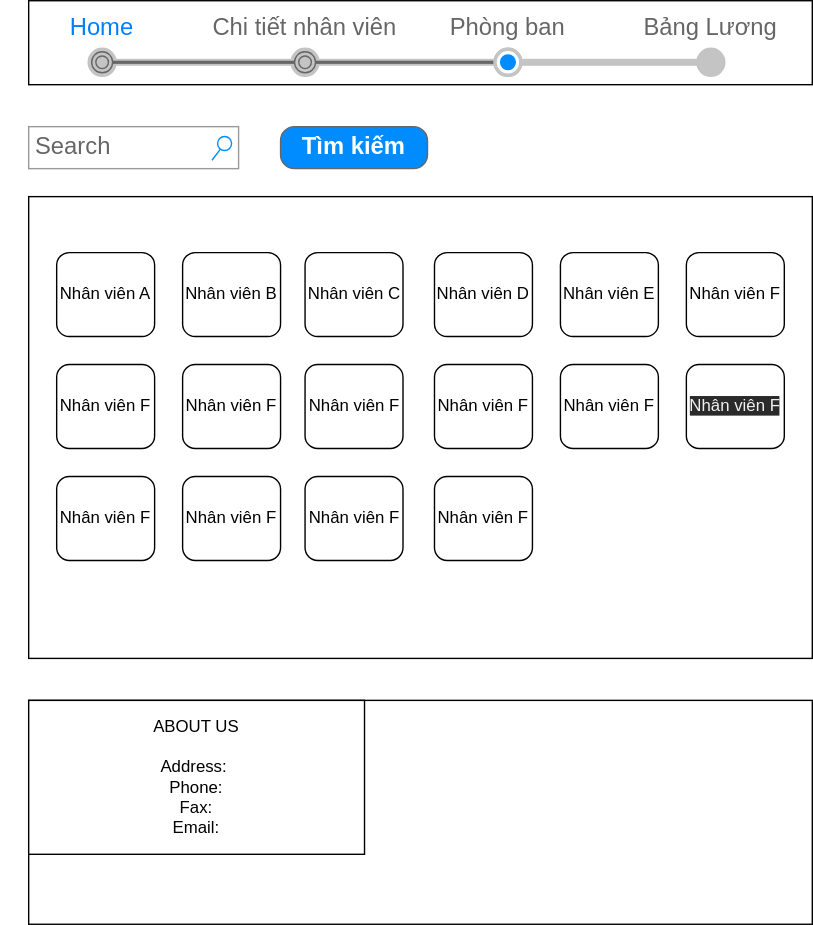
Earlier version of the draw.io export Report/Home.svg (minhngoc/FunixReacJSAsm). Source tidied: cells renumbered, new cells last; positions are measured from the earlier drawing's top-left corner, leaving out a move shared by most shapes.
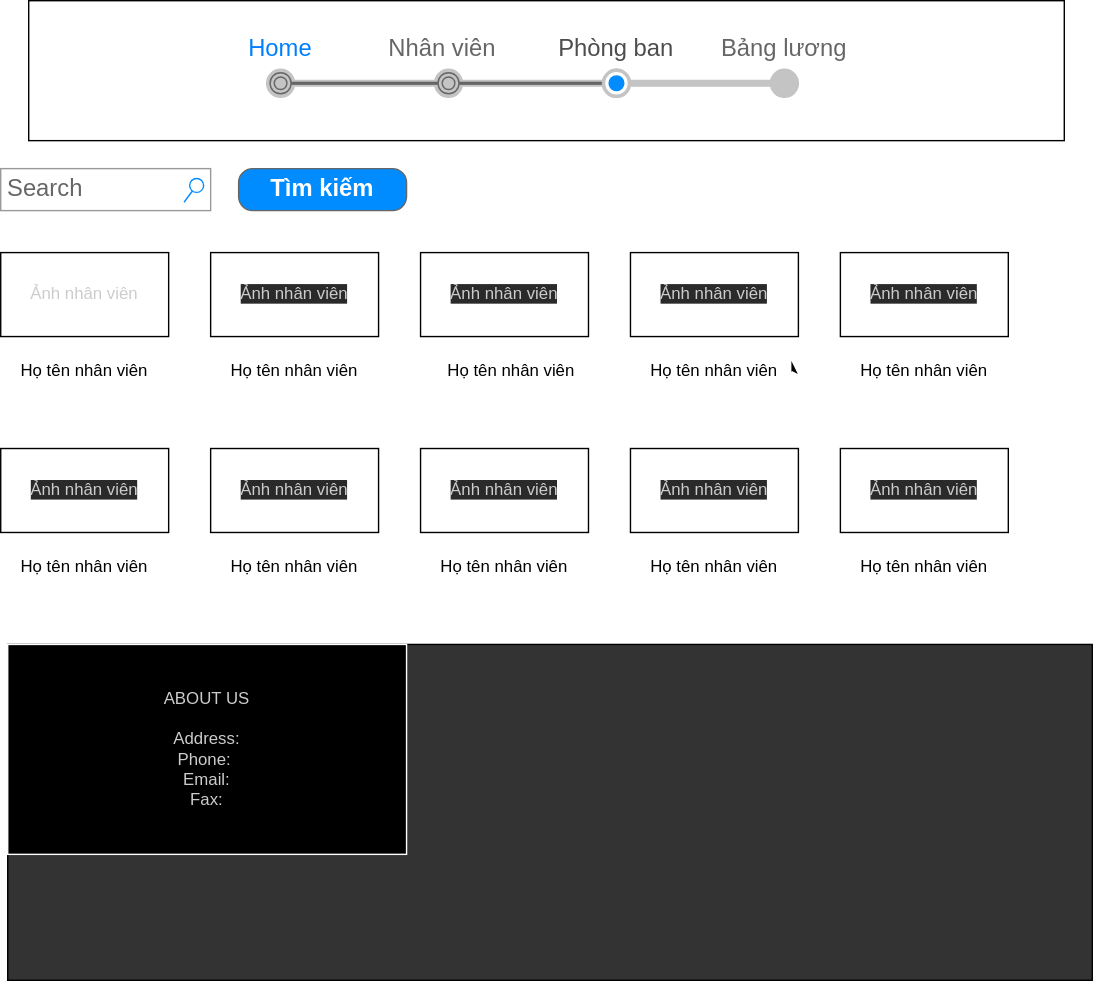
After the change.

Diff of the diagram source:
```diff
@@ -3,73 +3,88 @@
     <mxCell id="0" />
     <mxCell id="1" parent="0" />
     <mxCell id="2" style="rounded=0;whiteSpace=wrap;html=1;" parent="1" vertex="1">
-      <mxGeometry x="20" width="560" height="60" as="geometry" />
+      <mxGeometry x="40" y="10" width="740" height="100" as="geometry" />
     </mxCell>
+    <mxCell id="25" value="&lt;table border=&quot;0&quot; cellpadding=&quot;0&quot; cellspacing=&quot;0&quot; width=&quot;100%&quot; style=&quot;font-size: 1em&quot;&gt;&lt;tbody&gt;&lt;tr&gt;&lt;td width=&quot;25%&quot;&gt;&lt;font color=&quot;#007fff&quot;&gt;Home&lt;/font&gt;&lt;/td&gt;&lt;td width=&quot;25%&quot;&gt;&amp;nbsp; &amp;nbsp;Nhân viên&lt;span style=&quot;white-space: pre&quot;&gt;&#9;&lt;/span&gt;&lt;/td&gt;&lt;td width=&quot;25%&quot;&gt;&lt;font color=&quot;#4d4d4d&quot;&gt;Phòng ban&lt;/font&gt;&lt;/td&gt;&lt;td width=&quot;25%&quot;&gt;Bảng lương&lt;/td&gt;&lt;/tr&gt;&lt;/tbody&gt;&lt;/table&gt;" style="strokeWidth=1;shadow=0;dashed=0;align=center;html=1;shape=mxgraph.mockup.navigation.stepBar;strokeColor=#c4c4c4;textColor=#666666;textColor2=#008cff;mainText=,,+,;textSize=17;fillColor=#666666;overflow=fill;fontSize=17;fontColor=#666666;" parent="1" vertex="1">
+      <mxGeometry x="160" y="35" width="480" height="50" as="geometry" />
+    </mxCell>
+    <mxCell id="26" value="Search" style="strokeWidth=1;shadow=0;dashed=0;align=center;html=1;shape=mxgraph.mockup.forms.searchBox;strokeColor=#999999;mainText=;strokeColor2=#008cff;fontColor=#666666;fontSize=17;align=left;spacingLeft=3;" parent="1" vertex="1">
+      <mxGeometry x="20" y="130" width="150" height="30" as="geometry" />
+    </mxCell>
+    <mxCell id="27" value="Tìm kiếm" style="strokeWidth=1;shadow=0;dashed=0;align=center;html=1;shape=mxgraph.mockup.buttons.button;strokeColor=#666666;fontColor=#ffffff;mainText=;buttonStyle=round;fontSize=17;fontStyle=1;fillColor=#008cff;whiteSpace=wrap;" parent="1" vertex="1">
+      <mxGeometry x="190" y="130" width="120" height="30" as="geometry" />
+    </mxCell>
-    <mxCell id="3" value="Tìm kiếm" style="strokeWidth=1;shadow=0;dashed=0;align=center;html=1;shape=mxgraph.mockup.buttons.button;strokeColor=#666666;fontColor=#ffffff;mainText=;buttonStyle=round;fontSize=17;fontStyle=1;fillColor=#008cff;whiteSpace=wrap;" parent="1" vertex="1">
-      <mxGeometry x="200" y="90" width="105" height="30" as="geometry" />
+    <mxCell id="3" value="&#10;&#10;&lt;span style=&quot;color: rgb(204, 204, 204); font-family: helvetica; font-size: 12px; font-style: normal; font-weight: 400; letter-spacing: normal; text-align: center; text-indent: 0px; text-transform: none; word-spacing: 0px; background-color: rgb(42, 42, 42); display: inline; float: none;&quot;&gt;Ảnh nhân viên&lt;/span&gt;&#10;&#10;" style="rounded=0;whiteSpace=wrap;html=1;fontColor=#4D4D4D;" parent="1" vertex="1">
+      <mxGeometry x="320" y="190" width="120" height="60" as="geometry" />
     </mxCell>
+    <mxCell id="28" value="&#10;&#10;&lt;span style=&quot;color: rgb(204, 204, 204); font-family: helvetica; font-size: 12px; font-style: normal; font-weight: 400; letter-spacing: normal; text-align: center; text-indent: 0px; text-transform: none; word-spacing: 0px; background-color: rgb(42, 42, 42); display: inline; float: none;&quot;&gt;Ảnh nhân viên&lt;/span&gt;&#10;&#10;" style="rounded=0;whiteSpace=wrap;html=1;fontColor=#4D4D4D;" parent="1" vertex="1">
+      <mxGeometry x="620" y="190" width="120" height="60" as="geometry" />
+    </mxCell>
-    <mxCell id="4" value="Search" style="strokeWidth=1;shadow=0;dashed=0;align=center;html=1;shape=mxgraph.mockup.forms.searchBox;strokeColor=#999999;mainText=;strokeColor2=#008cff;fontColor=#666666;fontSize=17;align=left;spacingLeft=3;" parent="1" vertex="1">
-      <mxGeometry x="20" y="90" width="150" height="30" as="geometry" />
+    <mxCell id="4" value="&#10;&#10;&lt;span style=&quot;color: rgb(204, 204, 204); font-family: helvetica; font-size: 12px; font-style: normal; font-weight: 400; letter-spacing: normal; text-align: center; text-indent: 0px; text-transform: none; word-spacing: 0px; background-color: rgb(42, 42, 42); display: inline; float: none;&quot;&gt;Ảnh nhân viên&lt;/span&gt;&#10;&#10;" style="rounded=0;whiteSpace=wrap;html=1;fontColor=#4D4D4D;direction=west;" parent="1" vertex="1">
+      <mxGeometry x="470" y="190" width="120" height="60" as="geometry" />
     </mxCell>
-    <mxCell id="5" style="rounded=0;whiteSpace=wrap;html=1;" parent="1" vertex="1">
-      <mxGeometry x="20" y="140" width="560" height="330" as="geometry" />
+    <mxCell id="5" value="&#10;&#10;&lt;span style=&quot;color: rgb(204, 204, 204); font-family: helvetica; font-size: 12px; font-style: normal; font-weight: 400; letter-spacing: normal; text-align: center; text-indent: 0px; text-transform: none; word-spacing: 0px; background-color: rgb(42, 42, 42); display: inline; float: none;&quot;&gt;Ảnh nhân viên&lt;/span&gt;&#10;&#10;" style="rounded=0;whiteSpace=wrap;html=1;fontColor=#4D4D4D;" parent="1" vertex="1">
+      <mxGeometry x="470" y="330" width="120" height="60" as="geometry" />
     </mxCell>
-    <mxCell id="6" value="Nhân viên A" style="rounded=1;whiteSpace=wrap;html=1;" parent="1" vertex="1">
-      <mxGeometry x="40" y="180" width="70" height="60" as="geometry" />
+    <mxCell id="6" value="&#10;&#10;&lt;span style=&quot;color: rgb(204, 204, 204); font-family: helvetica; font-size: 12px; font-style: normal; font-weight: 400; letter-spacing: normal; text-align: center; text-indent: 0px; text-transform: none; word-spacing: 0px; background-color: rgb(42, 42, 42); display: inline; float: none;&quot;&gt;Ảnh nhân viên&lt;/span&gt;&#10;&#10;" style="rounded=0;whiteSpace=wrap;html=1;fontColor=#4D4D4D;" parent="1" vertex="1">
+      <mxGeometry x="320" y="330" width="120" height="60" as="geometry" />
     </mxCell>
-    <mxCell id="7" value="&lt;span&gt;Nhân viên B&lt;/span&gt;" style="rounded=1;whiteSpace=wrap;html=1;" parent="1" vertex="1">
-      <mxGeometry x="130" y="180" width="70" height="60" as="geometry" />
+    <mxCell id="7" value="&#10;&#10;&lt;span style=&quot;color: rgb(204, 204, 204); font-family: helvetica; font-size: 12px; font-style: normal; font-weight: 400; letter-spacing: normal; text-align: center; text-indent: 0px; text-transform: none; word-spacing: 0px; background-color: rgb(42, 42, 42); display: inline; float: none;&quot;&gt;Ảnh nhân viên&lt;/span&gt;&#10;&#10;" style="rounded=0;whiteSpace=wrap;html=1;fontColor=#4D4D4D;" parent="1" vertex="1">
+      <mxGeometry x="170" y="330" width="120" height="60" as="geometry" />
     </mxCell>
-    <mxCell id="8" value="&lt;span&gt;Nhân viên C&lt;/span&gt;" style="rounded=1;whiteSpace=wrap;html=1;" parent="1" vertex="1">
-      <mxGeometry x="217.5" y="180" width="70" height="60" as="geometry" />
+    <mxCell id="8" value="&#10;&#10;&lt;span style=&quot;color: rgb(204, 204, 204); font-family: helvetica; font-size: 12px; font-style: normal; font-weight: 400; letter-spacing: normal; text-align: center; text-indent: 0px; text-transform: none; word-spacing: 0px; background-color: rgb(42, 42, 42); display: inline; float: none;&quot;&gt;Ảnh nhân viên&lt;/span&gt;&#10;&#10;" style="rounded=0;whiteSpace=wrap;html=1;fontColor=#4D4D4D;" parent="1" vertex="1">
+      <mxGeometry x="170" y="190" width="120" height="60" as="geometry" />
     </mxCell>
-    <mxCell id="9" value="&lt;span&gt;Nhân viên D&lt;/span&gt;" style="rounded=1;whiteSpace=wrap;html=1;" parent="1" vertex="1">
-      <mxGeometry x="310" y="180" width="70" height="60" as="geometry" />
+    <mxCell id="9" value="&#10;&#10;&lt;span style=&quot;color: rgb(204, 204, 204); font-family: helvetica; font-size: 12px; font-style: normal; font-weight: 400; letter-spacing: normal; text-align: center; text-indent: 0px; text-transform: none; word-spacing: 0px; background-color: rgb(42, 42, 42); display: inline; float: none;&quot;&gt;Ảnh nhân viên&lt;/span&gt;&#10;&#10;" style="rounded=0;whiteSpace=wrap;html=1;fontColor=#4D4D4D;" parent="1" vertex="1">
+      <mxGeometry x="20" y="330" width="120" height="60" as="geometry" />
     </mxCell>
-    <mxCell id="10" value="&lt;span&gt;Nhân viên E&lt;/span&gt;" style="rounded=1;whiteSpace=wrap;html=1;" parent="1" vertex="1">
-      <mxGeometry x="400" y="180" width="70" height="60" as="geometry" />
+    <mxCell id="10" value="&lt;font color=&quot;#cccccc&quot;&gt;Ảnh nhân viên&lt;/font&gt;" style="rounded=0;whiteSpace=wrap;html=1;fontColor=#4D4D4D;" parent="1" vertex="1">
+      <mxGeometry x="20" y="190" width="120" height="60" as="geometry" />
     </mxCell>
-    <mxCell id="11" value="Nhân viên F" style="rounded=1;whiteSpace=wrap;html=1;" parent="1" vertex="1">
-      <mxGeometry x="40" y="260" width="70" height="60" as="geometry" />
-    </mxCell>
-    <mxCell id="12" value="Nhân viên F" style="rounded=1;whiteSpace=wrap;html=1;" parent="1" vertex="1">
-      <mxGeometry x="130" y="260" width="70" height="60" as="geometry" />
-    </mxCell>
-    <mxCell id="13" value="Nhân viên F" style="rounded=1;whiteSpace=wrap;html=1;" parent="1" vertex="1">
-      <mxGeometry x="217.5" y="260" width="70" height="60" as="geometry" />
-    </mxCell>
-    <mxCell id="14" value="Nhân viên F" style="rounded=1;whiteSpace=wrap;html=1;" parent="1" vertex="1">
-      <mxGeometry x="310" y="260" width="70" height="60" as="geometry" />
-    </mxCell>
-    <mxCell id="15" value="Nhân viên F" style="rounded=1;whiteSpace=wrap;html=1;" parent="1" vertex="1">
-      <mxGeometry x="400" y="260" width="70" height="60" as="geometry" />
-    </mxCell>
-    <mxCell id="16" value="Nhân viên F" style="rounded=1;whiteSpace=wrap;html=1;" parent="1" vertex="1">
-      <mxGeometry x="40" y="340" width="70" height="60" as="geometry" />
-    </mxCell>
-    <mxCell id="17" value="Nhân viên F" style="rounded=1;whiteSpace=wrap;html=1;" parent="1" vertex="1">
-      <mxGeometry x="130" y="340" width="70" height="60" as="geometry" />
-    </mxCell>
-    <mxCell id="18" value="Nhân viên F" style="rounded=1;whiteSpace=wrap;html=1;" parent="1" vertex="1">
-      <mxGeometry x="217.5" y="340" width="70" height="60" as="geometry" />
-    </mxCell>
-    <mxCell id="19" value="Nhân viên F" style="rounded=1;whiteSpace=wrap;html=1;" parent="1" vertex="1">
-      <mxGeometry x="310" y="340" width="70" height="60" as="geometry" />
-    </mxCell>
-    <mxCell id="20" value="Nhân viên F" style="rounded=1;whiteSpace=wrap;html=1;" parent="1" vertex="1">
-      <mxGeometry x="490" y="180" width="70" height="60" as="geometry" />
-    </mxCell>
-    <mxCell id="21" value="&#10;&#10;&lt;span style=&quot;color: rgb(240, 240, 240); font-family: helvetica; font-size: 12px; font-style: normal; font-weight: 400; letter-spacing: normal; text-align: center; text-indent: 0px; text-transform: none; word-spacing: 0px; background-color: rgb(42, 42, 42); display: inline; float: none;&quot;&gt;Nhân viên F&lt;/span&gt;&#10;&#10;" style="rounded=1;whiteSpace=wrap;html=1;" parent="1" vertex="1">
-      <mxGeometry x="490" y="260" width="70" height="60" as="geometry" />
-    </mxCell>
-    <mxCell id="22" style="rounded=0;whiteSpace=wrap;html=1;" parent="1" vertex="1">
-      <mxGeometry x="20" y="500" width="560" height="160" as="geometry" />
-    </mxCell>
-    <mxCell id="23" value="ABOUT US&lt;br&gt;&lt;br&gt;Address:&amp;nbsp;&lt;br&gt;Phone:&lt;br&gt;Fax:&lt;br&gt;Email:" style="rounded=0;whiteSpace=wrap;html=1;" parent="1" vertex="1">
-      <mxGeometry x="20" y="500" width="240" height="110" as="geometry" />
-    </mxCell>
-    <mxCell id="24" value="&lt;table border=&quot;0&quot; cellpadding=&quot;0&quot; cellspacing=&quot;0&quot; width=&quot;100%&quot; style=&quot;font-size: 1em&quot;&gt;&lt;tbody&gt;&lt;tr&gt;&lt;td width=&quot;25%&quot;&gt;&lt;font color=&quot;#007fff&quot;&gt;Home&lt;/font&gt;&lt;/td&gt;&lt;td width=&quot;25%&quot;&gt;Chi tiết nhân viên&lt;/td&gt;&lt;td width=&quot;25%&quot;&gt;Phòng ban&lt;/td&gt;&lt;td width=&quot;25%&quot;&gt;Bảng Lương&lt;/td&gt;&lt;/tr&gt;&lt;/tbody&gt;&lt;/table&gt;" style="strokeWidth=1;shadow=0;dashed=0;align=center;html=1;shape=mxgraph.mockup.navigation.stepBar;strokeColor=#c4c4c4;textColor=#666666;textColor2=#008cff;mainText=,,+,;textSize=17;fillColor=#666666;overflow=fill;fontSize=17;fontColor=#666666;" parent="1" vertex="1">
-      <mxGeometry y="10" width="580" height="40" as="geometry" />
-    </mxCell>
+    <mxCell id="29" value="&#10;&#10;&lt;span style=&quot;color: rgb(204, 204, 204); font-family: helvetica; font-size: 12px; font-style: normal; font-weight: 400; letter-spacing: normal; text-align: center; text-indent: 0px; text-transform: none; word-spacing: 0px; background-color: rgb(42, 42, 42); display: inline; float: none;&quot;&gt;Ảnh nhân viên&lt;/span&gt;&#10;&#10;" style="rounded=0;whiteSpace=wrap;html=1;fontColor=#4D4D4D;" parent="1" vertex="1">
+      <mxGeometry x="620" y="330" width="120" height="60" as="geometry" />
+    </mxCell>
+    <mxCell id="30" value="&lt;font color=&quot;#000000&quot;&gt;Họ tên nhân viên&lt;/font&gt;" style="text;html=1;strokeColor=none;fillColor=#FFFFFF;align=center;verticalAlign=middle;whiteSpace=wrap;rounded=0;fontColor=#CCCCCC;" parent="1" vertex="1">
+      <mxGeometry x="25" y="260" width="110" height="30" as="geometry" />
+    </mxCell>
+    <mxCell id="31" style="edgeStyle=none;html=1;exitX=1;exitY=0.5;exitDx=0;exitDy=0;entryX=1;entryY=0.25;entryDx=0;entryDy=0;fontColor=#CCCCCC;" parent="1" edge="1">
+      <mxGeometry relative="1" as="geometry">
+        <mxPoint x="585" y="275" as="sourcePoint" />
+        <mxPoint x="585" y="267.5" as="targetPoint" />
+      </mxGeometry>
+    </mxCell>
+    <mxCell id="32" style="rounded=0;whiteSpace=wrap;html=1;fontColor=#CCCCCC;fillColor=#333333;strokeColor=#000000;" parent="1" vertex="1">
+      <mxGeometry x="25" y="470" width="775" height="240" as="geometry" />
+    </mxCell>
+    <mxCell id="33" value="ABOUT US&lt;br&gt;&lt;br&gt;Address:&lt;br&gt;Phone:&amp;nbsp;&lt;br&gt;Email:&lt;br&gt;Fax:" style="rounded=0;whiteSpace=wrap;html=1;fontColor=#CCCCCC;strokeColor=#FFFFFF;fillColor=#000000;" parent="1" vertex="1">
+      <mxGeometry x="25" y="470" width="285" height="150" as="geometry" />
+    </mxCell>
+    <mxCell id="34" value="&lt;font color=&quot;#000000&quot;&gt;Họ tên nhân viên&lt;/font&gt;" style="text;html=1;strokeColor=none;fillColor=#FFFFFF;align=center;verticalAlign=middle;whiteSpace=wrap;rounded=0;fontColor=#CCCCCC;" parent="1" vertex="1">
+      <mxGeometry x="25" y="400" width="110" height="30" as="geometry" />
+    </mxCell>
+    <mxCell id="35" value="&lt;font color=&quot;#000000&quot;&gt;Họ tên nhân viên&lt;/font&gt;" style="text;html=1;strokeColor=none;fillColor=#FFFFFF;align=center;verticalAlign=middle;whiteSpace=wrap;rounded=0;fontColor=#CCCCCC;" parent="1" vertex="1">
+      <mxGeometry x="175" y="400" width="110" height="30" as="geometry" />
+    </mxCell>
+    <mxCell id="36" value="&lt;font color=&quot;#000000&quot;&gt;Họ tên nhân viên&lt;/font&gt;" style="text;html=1;strokeColor=none;fillColor=#FFFFFF;align=center;verticalAlign=middle;whiteSpace=wrap;rounded=0;fontColor=#CCCCCC;" parent="1" vertex="1">
+      <mxGeometry x="175" y="260" width="110" height="30" as="geometry" />
+    </mxCell>
+    <mxCell id="37" value="&lt;font color=&quot;#000000&quot;&gt;Họ tên nhân viên&lt;/font&gt;" style="text;html=1;strokeColor=none;fillColor=#FFFFFF;align=center;verticalAlign=middle;whiteSpace=wrap;rounded=0;fontColor=#CCCCCC;" parent="1" vertex="1">
+      <mxGeometry x="325" y="400" width="110" height="30" as="geometry" />
+    </mxCell>
+    <mxCell id="38" value="&lt;font color=&quot;#000000&quot;&gt;Họ tên nhân viên&lt;/font&gt;" style="text;html=1;strokeColor=none;fillColor=#FFFFFF;align=center;verticalAlign=middle;whiteSpace=wrap;rounded=0;fontColor=#CCCCCC;" parent="1" vertex="1">
+      <mxGeometry x="330" y="260" width="110" height="30" as="geometry" />
+    </mxCell>
+    <mxCell id="39" value="&lt;font color=&quot;#000000&quot;&gt;Họ tên nhân viên&lt;/font&gt;" style="text;html=1;strokeColor=none;fillColor=#FFFFFF;align=center;verticalAlign=middle;whiteSpace=wrap;rounded=0;fontColor=#CCCCCC;" parent="1" vertex="1">
+      <mxGeometry x="475" y="400" width="110" height="30" as="geometry" />
+    </mxCell>
+    <mxCell id="40" value="&lt;font color=&quot;#000000&quot;&gt;Họ tên nhân viên&lt;/font&gt;" style="text;html=1;strokeColor=none;fillColor=#FFFFFF;align=center;verticalAlign=middle;whiteSpace=wrap;rounded=0;fontColor=#CCCCCC;" parent="1" vertex="1">
+      <mxGeometry x="475" y="260" width="110" height="30" as="geometry" />
+    </mxCell>
+    <mxCell id="41" value="&lt;font color=&quot;#000000&quot;&gt;Họ tên nhân viên&lt;/font&gt;" style="text;html=1;strokeColor=none;fillColor=#FFFFFF;align=center;verticalAlign=middle;whiteSpace=wrap;rounded=0;fontColor=#CCCCCC;" parent="1" vertex="1">
+      <mxGeometry x="625" y="400" width="110" height="30" as="geometry" />
+    </mxCell>
+    <mxCell id="42" value="&lt;font color=&quot;#000000&quot;&gt;Họ tên nhân viên&lt;/font&gt;" style="text;html=1;strokeColor=none;fillColor=#FFFFFF;align=center;verticalAlign=middle;whiteSpace=wrap;rounded=0;fontColor=#CCCCCC;" parent="1" vertex="1">
+      <mxGeometry x="625" y="260" width="110" height="30" as="geometry" />
+    </mxCell>
   </root>
 </mxGraphModel>
```
